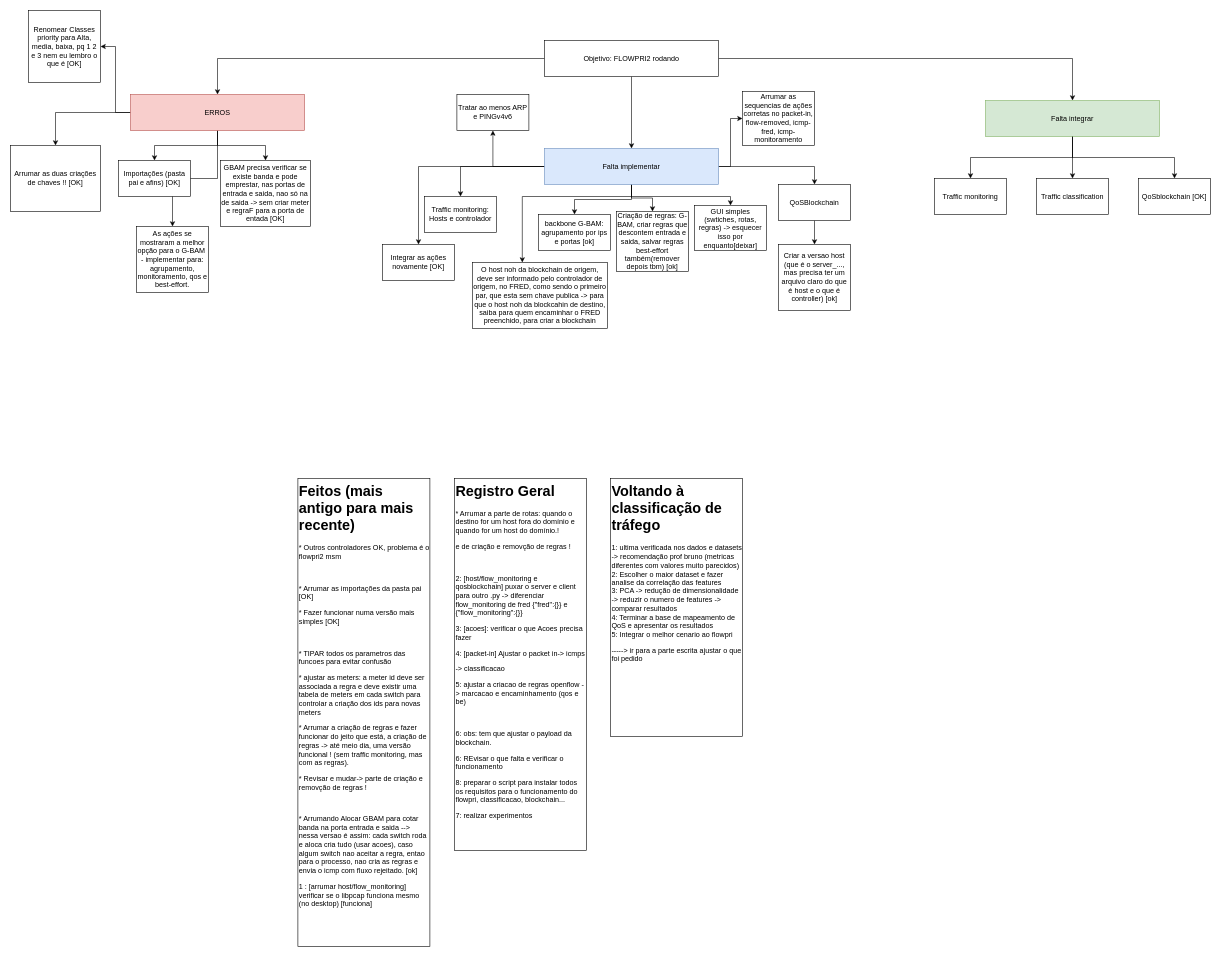
Before: page "Implementacao" (1 of 8) of planejamento_diario.drawio in NiltonMocelin/FLOWPRI-SDN2, a draw.io diagram. Source tidied: cells renumbered, new cells numbered last; positions are measured from the earlier drawing's top-left corner, leaving out a move shared by most shapes. Both pictures are drawn from the tidied source at 60%, with x=0, y=0 at pixel (10, 10).
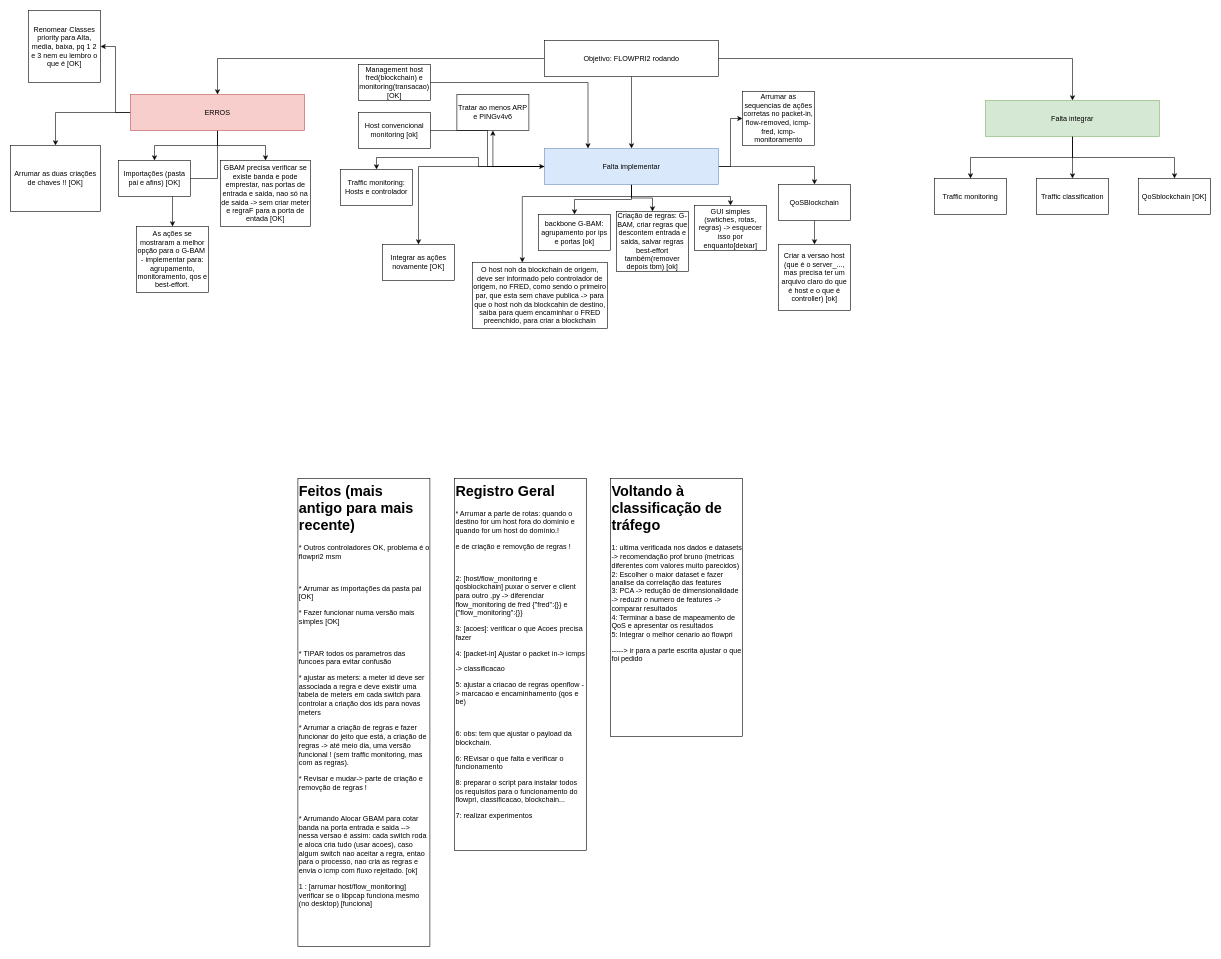
The same page after the edit.

The change refers to these unchanged cells:
```xml
<mxCell id="22" value="Falta implementar" style="rounded=0;whiteSpace=wrap;html=1;fillColor=#dae8fc;strokeColor=#6c8ebf;" parent="1" vertex="1">
  <mxGeometry x="890" y="230" width="290" height="60" as="geometry" />
</mxCell>
```

The edit, as a diff of the source:
```diff
@@
     <mxCell id="30" value="Traffic monitoring: Hosts e controlador" style="rounded=0;whiteSpace=wrap;html=1;" parent="1" vertex="1">
-      <mxGeometry x="690" y="310" width="120" height="60" as="geometry" />
+      <mxGeometry x="550" y="265" width="120" height="60" as="geometry" />
     </mxCell>
@@
+    <mxCell id="48" style="edgeStyle=orthogonalEdgeStyle;rounded=0;jettySize=auto;html=1;" parent="1" edge="1" source="49" target="22">
+      <mxGeometry relative="1" as="geometry" />
+    </mxCell>
+    <mxCell id="49" value="Host convencional monitoring [ok]" style="rounded=0;whiteSpace=wrap;html=1;" parent="1" vertex="1">
+      <mxGeometry x="580" y="170" width="120" height="60" as="geometry" />
+    </mxCell>
+    <mxCell id="50" value="Management host fred(blockchain) e monitoring(transacao)[OK]" style="rounded=0;whiteSpace=wrap;html=1;" parent="1" vertex="1">
+      <mxGeometry x="580" y="90" width="120" height="60" as="geometry" />
+    </mxCell>
+    <mxCell id="51" style="edgeStyle=orthogonalEdgeStyle;rounded=0;jettySize=auto;html=1;entryX=0.25;entryY=0;entryDx=0;entryDy=0;" parent="1" edge="1" source="50" target="22">
+      <mxGeometry relative="1" as="geometry" />
+    </mxCell>
```
